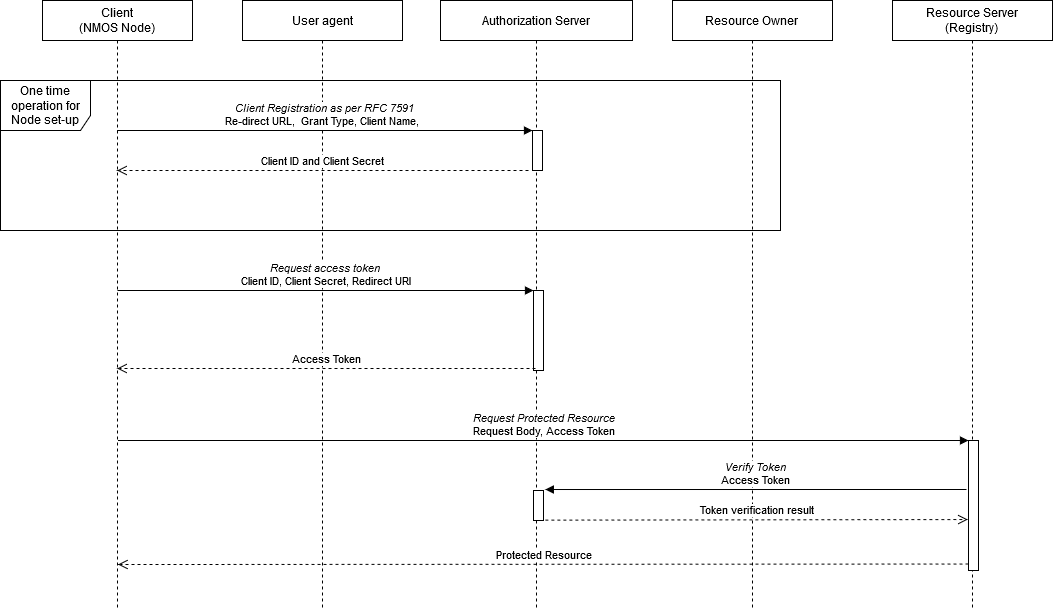
AMWA-TV/is-10 keeps this draw.io diagram as docs/images/client_credentials_flow.png. Above is the earlier version. Source tidied: cells renumbered, new cells last; positions are measured from the earlier drawing's top-left corner, leaving out a move shared by most shapes.
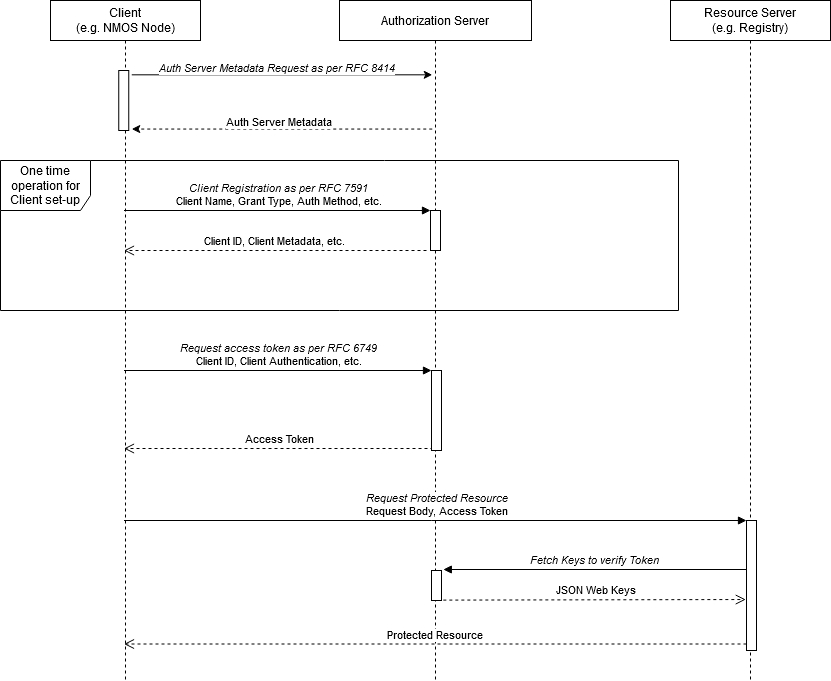
The same diagram one commit later.

Commit message:
add client credentials grant diagram (#101)

* add client credentials grant diagram alongside auth code grant and alter client references
* update both grant flow digrams to be more generic

What changed in the source:
```diff
@@ -2,70 +2,86 @@
   <root>
     <mxCell id="0" />
     <mxCell id="1" parent="0" />
-    <mxCell id="2" value="Client &lt;br&gt;(NMOS Node)" style="shape=umlLifeline;perimeter=lifelinePerimeter;whiteSpace=wrap;html=1;outlineConnect=0;" parent="1" vertex="1">
-      <mxGeometry x="42" width="150" height="610" as="geometry" />
-    </mxCell>
-    <mxCell id="3" value="User agent" style="shape=umlLifeline;perimeter=lifelinePerimeter;whiteSpace=wrap;html=1;" parent="1" vertex="1">
-      <mxGeometry x="242" width="160" height="610" as="geometry" />
-    </mxCell>
+    <mxCell id="20" value="One time operation for Client set-up" style="shape=umlFrame;whiteSpace=wrap;html=1;width=90;height=50;" parent="1" vertex="1">
+      <mxGeometry x="101" y="160" width="678" height="150" as="geometry" />
+    </mxCell>
     <mxCell id="4" value="Authorization Server" style="shape=umlLifeline;perimeter=lifelinePerimeter;whiteSpace=wrap;html=1;" parent="1" vertex="1">
-      <mxGeometry x="440" width="192" height="610" as="geometry" />
+      <mxGeometry x="440" width="192" height="680" as="geometry" />
     </mxCell>
-    <mxCell id="5" style="html=1;points=[];perimeter=orthogonalPerimeter;" parent="4" vertex="1">
-      <mxGeometry x="92" y="130" width="10" height="40" as="geometry" />
-    </mxCell>
-    <mxCell id="6" value="One time operation for Node set-up" style="shape=umlFrame;whiteSpace=wrap;html=1;width=90;height=50;" parent="4" vertex="1">
-      <mxGeometry x="-440" y="80" width="780" height="150" as="geometry" />
-    </mxCell>
-    <mxCell id="7" style="html=1;points=[];perimeter=orthogonalPerimeter;" parent="4" vertex="1">
-      <mxGeometry x="93" y="290" width="10" height="80" as="geometry" />
-    </mxCell>
-    <mxCell id="8" style="html=1;points=[];perimeter=orthogonalPerimeter;" parent="4" vertex="1">
-      <mxGeometry x="93" y="490" width="10" height="30" as="geometry" />
-    </mxCell>
-    <mxCell id="9" value="Resource Owner&lt;br&gt;" style="shape=umlLifeline;perimeter=lifelinePerimeter;whiteSpace=wrap;html=1;" parent="1" vertex="1">
-      <mxGeometry x="672" width="160" height="610" as="geometry" />
-    </mxCell>
-    <mxCell id="10" value="Resource Server&lt;br&gt;(Registry)&lt;br&gt;" style="shape=umlLifeline;perimeter=lifelinePerimeter;whiteSpace=wrap;html=1;" parent="1" vertex="1">
-      <mxGeometry x="892" width="160" height="610" as="geometry" />
-    </mxCell>
-    <mxCell id="11" style="html=1;points=[];perimeter=orthogonalPerimeter;" parent="10" vertex="1">
-      <mxGeometry x="76" y="440" width="10" height="130" as="geometry" />
-    </mxCell>
-    <mxCell id="12" value="&lt;i&gt;Client Registration as per RFC 7591&lt;br&gt;&lt;/i&gt;Re-direct URL,&amp;nbsp; Grant Type, Client Name,&amp;nbsp;&amp;nbsp;" style="html=1;verticalAlign=bottom;endArrow=block;entryX=0;entryY=0;" parent="1" edge="1" source="2" target="5">
-      <mxGeometry relative="1" as="geometry" />
-    </mxCell>
-    <mxCell id="13" value="Client ID and Client Secret" style="html=1;verticalAlign=bottom;endArrow=open;dashed=1;endSize=8;" parent="1" edge="1">
-      <mxGeometry relative="1" as="geometry">
-        <mxPoint x="528" y="170" as="sourcePoint" />
-        <mxPoint x="116.7" y="170" as="targetPoint" />
-      </mxGeometry>
-    </mxCell>
+    <mxCell id="21" value="&lt;i&gt;Client Registration as per RFC 7591&lt;br&gt;&lt;/i&gt;Client Name, Grant Type, Auth Method, etc." style="html=1;verticalAlign=bottom;endArrow=block;entryX=0;entryY=0;" parent="1" edge="1" source="37" target="26">
+      <mxGeometry relative="1" as="geometry" />
+    </mxCell>
+    <mxCell id="22" value="Client ID, Client Metadata, etc." style="html=1;verticalAlign=bottom;endArrow=open;dashed=1;endSize=8;" parent="1" edge="1" target="37">
+      <mxGeometry relative="1" as="geometry">
+        <mxPoint x="527" y="250" as="sourcePoint" />
+      </mxGeometry>
+    </mxCell>
-    <mxCell id="14" value="Protected Resource" style="html=1;verticalAlign=bottom;endArrow=open;dashed=1;endSize=8;exitX=0;exitY=0.95;" parent="1" edge="1" source="11">
-      <mxGeometry relative="1" as="geometry">
-        <mxPoint x="117.5" y="564" as="targetPoint" />
-      </mxGeometry>
+    <mxCell id="14" value="Protected Resource" style="html=1;verticalAlign=bottom;endArrow=open;dashed=1;endSize=8;exitX=0;exitY=0.95;" parent="1" edge="1" source="35" target="37">
+      <mxGeometry relative="1" as="geometry" />
     </mxCell>
-    <mxCell id="15" value="&lt;i&gt;Request Protected Resource&lt;/i&gt;&lt;br&gt;Request Body, Access Token&lt;br&gt;" style="html=1;verticalAlign=bottom;endArrow=block;entryX=0;entryY=0;" parent="1" edge="1" target="11">
-      <mxGeometry relative="1" as="geometry">
-        <mxPoint x="117.5" y="440" as="sourcePoint" />
-      </mxGeometry>
+    <mxCell id="15" value="&lt;i&gt;Request Protected Resource&lt;/i&gt;&lt;br&gt;Request Body, Access Token&lt;br&gt;" style="html=1;verticalAlign=bottom;endArrow=block;entryX=0;entryY=0;" parent="1" edge="1" source="37" target="35">
+      <mxGeometry relative="1" as="geometry" />
     </mxCell>
-    <mxCell id="16" value="&lt;i&gt;Verify Token&lt;/i&gt;&lt;br&gt;Access Token&lt;br&gt;" style="html=1;verticalAlign=bottom;endArrow=block;entryX=1.181;entryY=-0.033;entryPerimeter=0;" parent="1" edge="1" target="8">
-      <mxGeometry relative="1" as="geometry">
-        <mxPoint x="966" y="489" as="sourcePoint" />
-      </mxGeometry>
-    </mxCell>
-    <mxCell id="17" value="Token verification result" style="html=1;verticalAlign=bottom;endArrow=open;dashed=1;endSize=8;exitX=1.183;exitY=0.987;exitPerimeter=0;entryX=-0.072;entryY=0.608;entryPerimeter=0;" parent="1" edge="1" source="8" target="11">
-      <mxGeometry relative="1" as="geometry" />
-    </mxCell>
+    <mxCell id="23" value="&lt;i&gt;Fetch Keys to verify Token&lt;/i&gt;" style="html=1;verticalAlign=bottom;endArrow=block;entryX=1.181;entryY=-0.033;entryPerimeter=0;" parent="1" edge="1" target="28">
+      <mxGeometry relative="1" as="geometry">
+        <mxPoint x="847" y="569" as="sourcePoint" />
+      </mxGeometry>
+    </mxCell>
+    <mxCell id="24" value="JSON Web Keys" style="html=1;verticalAlign=bottom;endArrow=open;dashed=1;endSize=8;exitX=1.183;exitY=0.987;exitPerimeter=0;entryX=-0.072;entryY=0.608;entryPerimeter=0;" parent="1" edge="1" source="28" target="35">
+      <mxGeometry relative="1" as="geometry" />
+    </mxCell>
-    <mxCell id="18" value="Access Token" style="html=1;verticalAlign=bottom;endArrow=open;dashed=1;endSize=8;exitX=0.2;exitY=0.975;exitDx=0;exitDy=0;exitPerimeter=0;" parent="1" edge="1" source="7" target="2">
+    <mxCell id="18" value="Access Token" style="html=1;verticalAlign=bottom;endArrow=open;dashed=1;endSize=8;exitX=0.2;exitY=0.975;exitDx=0;exitDy=0;exitPerimeter=0;" parent="1" edge="1" source="27" target="37">
       <mxGeometry relative="1" as="geometry" />
     </mxCell>
-    <mxCell id="19" value="&lt;i&gt;Request access token&lt;/i&gt;&lt;br&gt;Client ID, Client Secret, Redirect URI&lt;br&gt;" style="html=1;verticalAlign=bottom;endArrow=block;entryX=0;entryY=0;" parent="1" edge="1" target="7">
-      <mxGeometry relative="1" as="geometry">
-        <mxPoint x="117" y="290" as="sourcePoint" />
-      </mxGeometry>
-    </mxCell>
+    <mxCell id="25" value="&lt;i&gt;Request access token as per RFC 6749&lt;/i&gt;&lt;br&gt;Client ID, Client Authentication, etc." style="html=1;verticalAlign=bottom;endArrow=block;entryX=0;entryY=0;" parent="1" edge="1" source="37" target="27">
+      <mxGeometry relative="1" as="geometry" />
+    </mxCell>
+    <mxCell id="26" style="html=1;points=[];perimeter=orthogonalPerimeter;" parent="1" vertex="1">
+      <mxGeometry x="531" y="210" width="10" height="40" as="geometry" />
+    </mxCell>
+    <mxCell id="27" style="html=1;points=[];perimeter=orthogonalPerimeter;" parent="1" vertex="1">
+      <mxGeometry x="532" y="370" width="10" height="80" as="geometry" />
+    </mxCell>
+    <mxCell id="28" style="html=1;points=[];perimeter=orthogonalPerimeter;" parent="1" vertex="1">
+      <mxGeometry x="532" y="570" width="10" height="30" as="geometry" />
+    </mxCell>
+    <mxCell id="29" style="endArrow=classic;html=1;exitX=1.3;exitY=0.072;exitDx=0;exitDy=0;exitPerimeter=0;" parent="1" edge="1" source="38">
+      <mxGeometry relative="1" as="geometry">
+        <mxPoint x="532.8" y="74.3" as="targetPoint" />
+      </mxGeometry>
+    </mxCell>
+    <mxCell id="30" value="&lt;i&gt;Auth Server Metadata Request as per RFC 8414&lt;/i&gt;" style="edgeLabel;html=1;align=center;verticalAlign=bottom;" parent="29" vertex="1">
+      <mxGeometry x="0.14" y="-1" relative="1" as="geometry">
+        <mxPoint x="-28.2" as="offset" />
+      </mxGeometry>
+    </mxCell>
+    <mxCell id="31" style="endArrow=classic;html=1;entryX=1.3;entryY=0.976;entryDx=0;entryDy=0;entryPerimeter=0;dashed=1;" parent="1" edge="1" target="38">
+      <mxGeometry relative="1" as="geometry">
+        <mxPoint x="532.8" y="128.6" as="sourcePoint" />
+      </mxGeometry>
+    </mxCell>
+    <mxCell id="32" value="Auth Server Metadata" style="edgeLabel;html=1;align=center;verticalAlign=bottom;" parent="31" vertex="1">
+      <mxGeometry x="0.16" relative="1" as="geometry">
+        <mxPoint x="19.7" as="offset" />
+      </mxGeometry>
+    </mxCell>
+    <mxCell id="33" style="group;" parent="1" vertex="1">
+      <mxGeometry x="771" width="160" height="680" as="geometry" />
+    </mxCell>
+    <mxCell id="34" value="Resource Server&lt;br&gt;(e.g. Registry)" style="shape=umlLifeline;perimeter=lifelinePerimeter;whiteSpace=wrap;html=1;" parent="33" vertex="1">
+      <mxGeometry width="160" height="680" as="geometry" />
+    </mxCell>
+    <mxCell id="35" style="html=1;points=[];perimeter=orthogonalPerimeter;" parent="33" vertex="1">
+      <mxGeometry x="76" y="520" width="10" height="130" as="geometry" />
+    </mxCell>
+    <mxCell id="36" style="group;" parent="1" vertex="1">
+      <mxGeometry x="151" width="150" height="680" as="geometry" />
+    </mxCell>
+    <mxCell id="37" value="Client &lt;br&gt;(e.g. NMOS Node)" style="shape=umlLifeline;perimeter=lifelinePerimeter;whiteSpace=wrap;html=1;outlineConnect=0;" parent="36" vertex="1">
+      <mxGeometry width="150" height="680" as="geometry" />
+    </mxCell>
+    <mxCell id="38" style="html=1;points=[];perimeter=orthogonalPerimeter;" parent="36" vertex="1">
+      <mxGeometry x="68.2" y="70" width="10" height="60" as="geometry" />
+    </mxCell>
   </root>
 </mxGraphModel>
```
